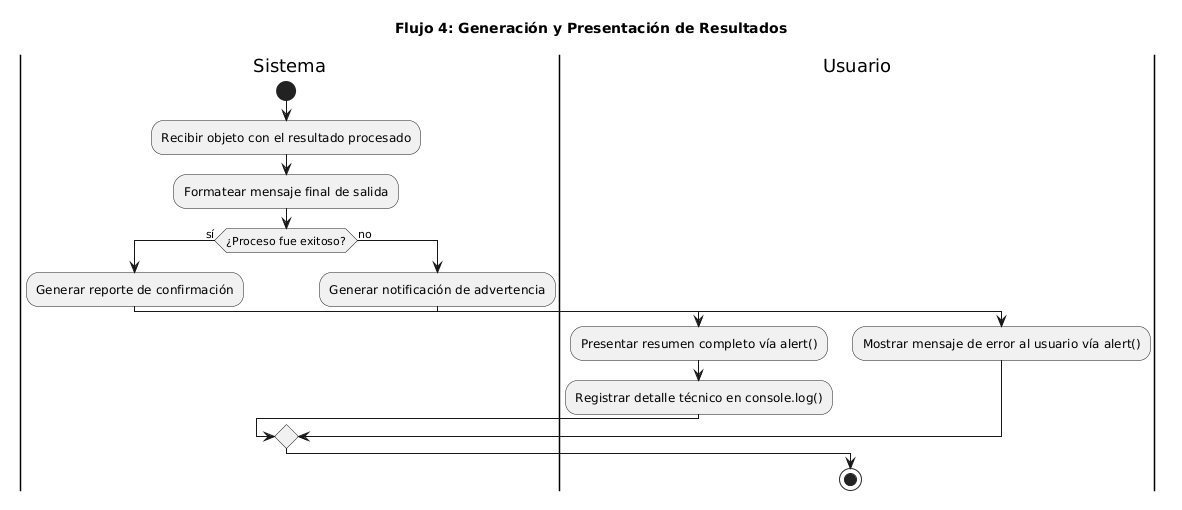
The PlantUML diagram docs/05-diagramas/01-diagrama-de-actividades/actividad-flujo-4-resultados.png in carolabenvenuto-uces/planit, before a commit.
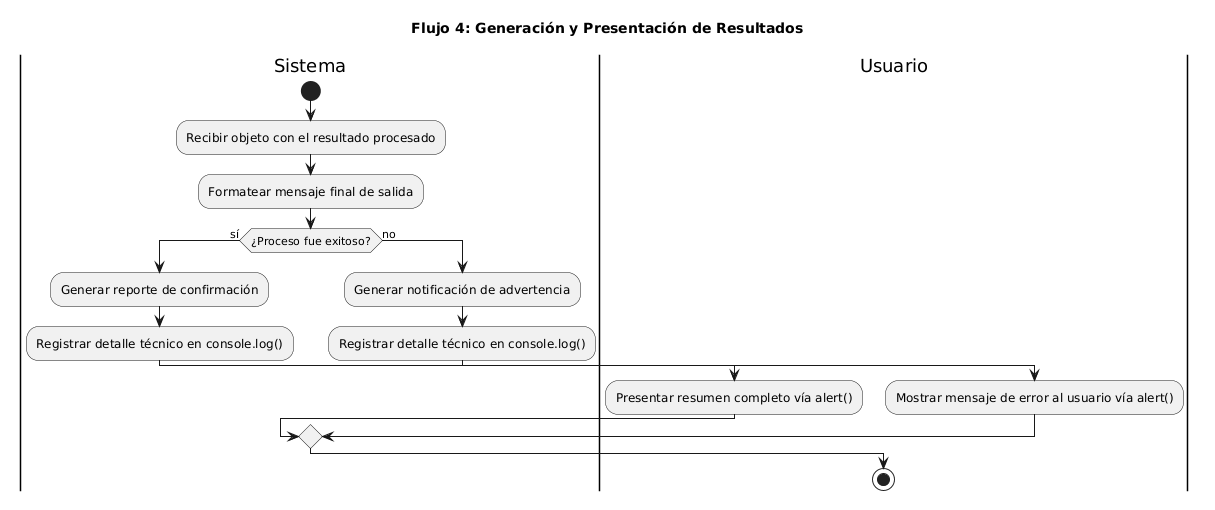
After the change.

Commit message:
refactor(diagramas): aplica sugerencias de homogeneidad de swimlanes y plus documental

What changed in the source:
```diff
@@ -8,13 +8,14 @@
 
 if (¿Proceso fue exitoso?) then (sí)
   :Generar reporte de confirmación;
+  :Registrar detalle técnico en console.log();
 
   |Usuario|
   :Presentar resumen completo vía alert();
-  :Registrar detalle técnico en console.log();
 else (no)
   |Sistema|
   :Generar notificación de advertencia;
+  :Registrar detalle técnico en console.log();
 
   |Usuario|
   :Mostrar mensaje de error al usuario vía alert();
```
